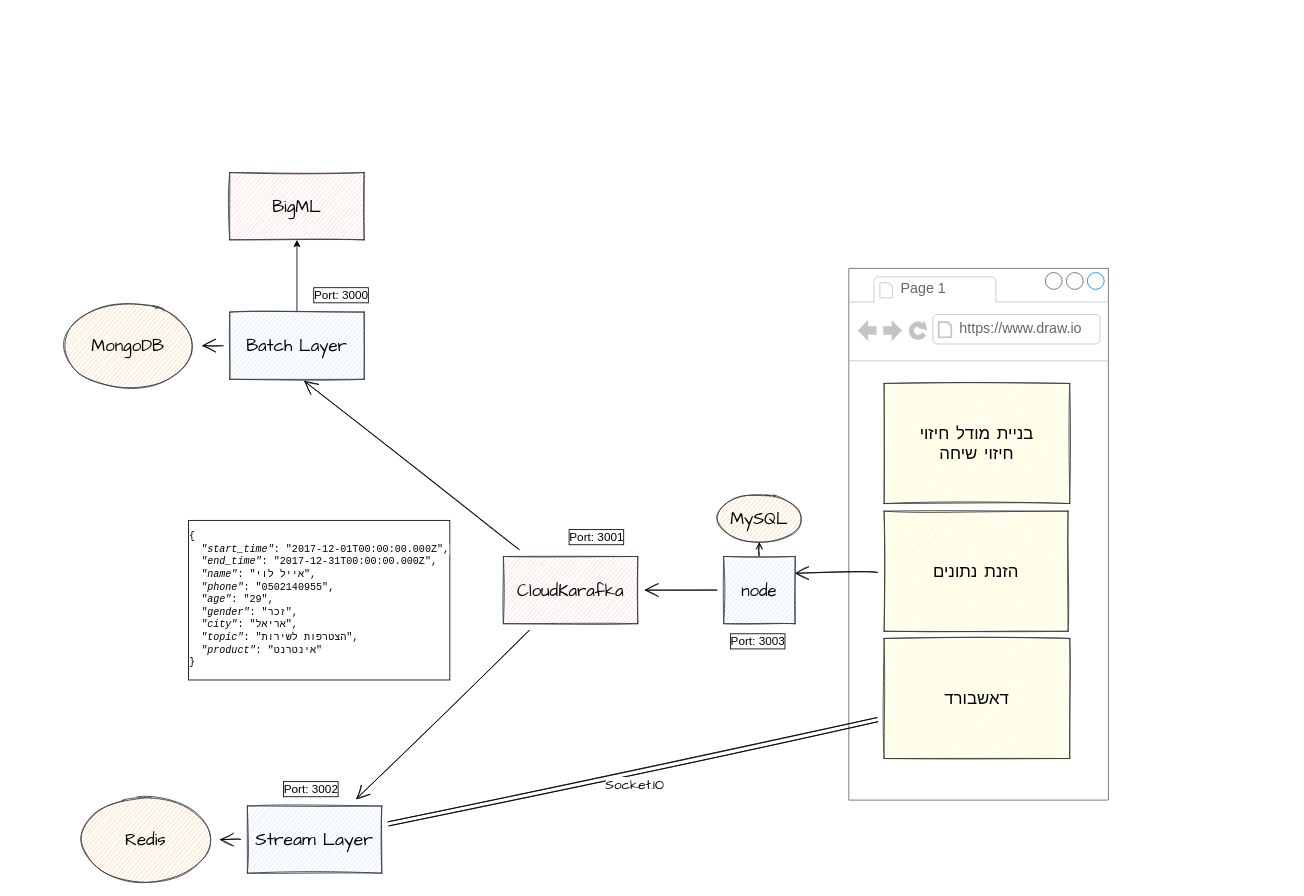
LeviEyal/Big-Data-Project keeps this draw.io diagram as page "ארכיטקטורת מערכת" (1 of 4) of design.drawio. Above is the earlier version. Source tidied: cells renumbered, new cells numbered last; positions are measured from the earlier drawing's top-left corner, leaving out a move shared by most shapes. Both pictures are drawn from the tidied source at 84%, with x=0, y=0 at pixel (60, 172).
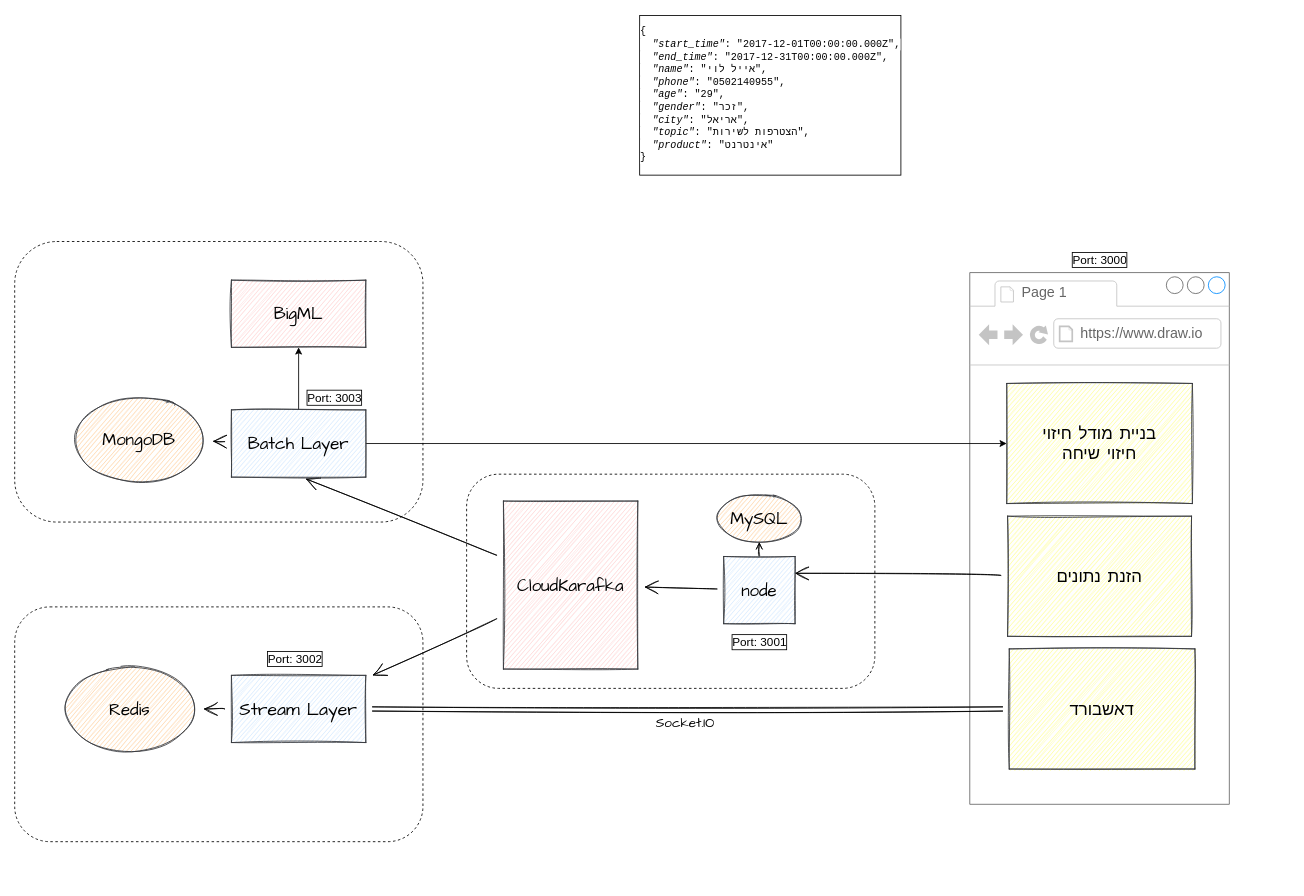
The same diagram, later.

The edit, as a diff of the source:
```diff
@@
+    <mxCell id="30" style="rounded=1;whiteSpace=wrap;html=1;dashed=1;fillColor=none;" parent="1" vertex="1">
+      <mxGeometry x="-55" y="82" width="486" height="334" as="geometry" />
+    </mxCell>
+    <mxCell id="31" style="rounded=1;whiteSpace=wrap;html=1;dashed=1;fillColor=none;" parent="1" vertex="1">
+      <mxGeometry x="483" y="359" width="486" height="255" as="geometry" />
+    </mxCell>
     <mxCell id="2" style="strokeWidth=1;shadow=0;dashed=0;align=center;html=1;shape=mxgraph.mockup.containers.browserWindow;rSize=0;strokeColor=#666666;strokeColor2=#008cff;strokeColor3=#c4c4c4;mainText=,;sketch=0;fontSize=28;" parent="1" vertex="1">
-      <mxGeometry x="938" y="114" width="309" height="633" as="geometry" />
+      <mxGeometry x="1082" y="119" width="309" height="633" as="geometry" />
     </mxCell>
@@
+    <mxCell id="7" value="דאשבורד" style="rounded=0;whiteSpace=wrap;html=1;sketch=1;hachureGap=4;fontFamily=Architects Daughter;fontSize=20;fillColor=#ffff88;strokeColor=#36393d;" parent="2" vertex="1">
+      <mxGeometry x="47" y="448" width="221" height="143" as="geometry" />
+    </mxCell>
+    <mxCell id="23" value="בניית מודל חיזוי&lt;br&gt;חיזוי שיחה" style="rounded=0;whiteSpace=wrap;html=1;sketch=1;hachureGap=4;fontFamily=Architects Daughter;fontSize=20;fillColor=#ffff88;strokeColor=#36393d;" parent="2" vertex="1">
+      <mxGeometry x="44" y="132" width="221" height="143" as="geometry" />
+    </mxCell>
+    <mxCell id="6" value="הזנת נתונים" style="rounded=0;whiteSpace=wrap;html=1;sketch=1;hachureGap=4;fontFamily=Architects Daughter;fontSize=20;fillColor=#ffff88;strokeColor=#36393d;" parent="2" vertex="1">
+      <mxGeometry x="45" y="290" width="219" height="143" as="geometry" />
+    </mxCell>
@@
-    <mxCell id="6" value="הזנת נתונים" style="rounded=0;whiteSpace=wrap;html=1;sketch=1;hachureGap=4;fontFamily=Architects Daughter;fontSize=20;fillColor=#ffff88;strokeColor=#36393d;" parent="1" vertex="1">
-      <mxGeometry x="980" y="403" width="219" height="143" as="geometry" />
-    </mxCell>
-    <mxCell id="7" value="דאשבורד" style="rounded=0;whiteSpace=wrap;html=1;sketch=1;hachureGap=4;fontFamily=Architects Daughter;fontSize=20;fillColor=#ffff88;strokeColor=#36393d;" parent="1" vertex="1">
-      <mxGeometry x="980" y="554.5" width="221" height="143" as="geometry" />
-    </mxCell>
@@
     <mxCell id="10" value="CloudKarafka" style="rounded=0;whiteSpace=wrap;html=1;sketch=1;hachureGap=4;fontFamily=Architects Daughter;fontSize=20;fillColor=#ffcccc;strokeColor=#36393d;" parent="1" vertex="1">
-      <mxGeometry x="526.8" y="457" width="160" height="80" as="geometry" />
+      <mxGeometry x="526.8" y="391" width="160" height="200" as="geometry" />
     </mxCell>
@@
     <mxCell id="13" value="Stream Layer" style="rounded=0;whiteSpace=wrap;html=1;sketch=1;hachureGap=4;fontFamily=Architects Daughter;fontSize=21;fillColor=#cce5ff;strokeColor=#36393d;" parent="1" vertex="1">
-      <mxGeometry x="222" y="754" width="160" height="80" as="geometry" />
+      <mxGeometry x="203" y="598.5" width="160" height="80" as="geometry" />
     </mxCell>
@@
     <mxCell id="17" value="Redis" style="ellipse;whiteSpace=wrap;html=1;sketch=1;hachureGap=4;fontFamily=Architects Daughter;fontSize=20;fillColor=#ffcc99;strokeColor=#36393d;" parent="1" vertex="1">
-      <mxGeometry x="21" y="744" width="160" height="100" as="geometry" />
+      <mxGeometry x="2" y="588.5" width="160" height="100" as="geometry" />
     </mxCell>
@@
+    <mxCell id="32" style="edgeStyle=none;html=1;exitX=1;exitY=0.5;exitDx=0;exitDy=0;entryX=0;entryY=0.5;entryDx=0;entryDy=0;" parent="1" edge="1" source="20" target="23">
+      <mxGeometry relative="1" as="geometry" />
+    </mxCell>
     <mxCell id="20" value="Batch Layer" style="rounded=0;whiteSpace=wrap;html=1;sketch=1;hachureGap=4;fontFamily=Architects Daughter;fontSize=20;fillColor=#cce5ff;strokeColor=#36393d;" parent="1" vertex="1">
-      <mxGeometry x="201" y="166" width="160" height="80" as="geometry" />
+      <mxGeometry x="203" y="282.5" width="160" height="80" as="geometry" />
     </mxCell>
     <mxCell id="21" value="MongoDB" style="ellipse;whiteSpace=wrap;html=1;sketch=1;hachureGap=4;fontFamily=Architects Daughter;fontSize=20;fillColor=#ffcc99;strokeColor=#36393d;" parent="1" vertex="1">
-      <mxGeometry y="156" width="160" height="100" as="geometry" />
+      <mxGeometry x="13" y="268" width="160" height="100" as="geometry" />
     </mxCell>
@@
-    <mxCell id="23" value="בניית מודל חיזוי&lt;br&gt;חיזוי שיחה" style="rounded=0;whiteSpace=wrap;html=1;sketch=1;hachureGap=4;fontFamily=Architects Daughter;fontSize=20;fillColor=#ffff88;strokeColor=#36393d;" parent="1" vertex="1">
-      <mxGeometry x="980" y="251" width="221" height="143" as="geometry" />
-    </mxCell>
     <mxCell id="24" value="BigML" style="rounded=0;whiteSpace=wrap;html=1;sketch=1;hachureGap=4;fontFamily=Architects Daughter;fontSize=20;fillColor=#ffcccc;strokeColor=#36393d;" parent="1" vertex="1">
-      <mxGeometry x="201" width="160" height="80" as="geometry" />
+      <mxGeometry x="203" y="128" width="160" height="80" as="geometry" />
     </mxCell>
     <mxCell id="25" value="&lt;div style=&quot;font-family: consolas, &amp;quot;courier new&amp;quot;, monospace; line-height: 23px; font-size: 12px;&quot;&gt;&lt;pre style=&quot;line-height: 1.25; font-size: 12px;&quot;&gt;&lt;span style=&quot;background-color: rgb(255, 255, 255); font-size: 12px;&quot;&gt;{&lt;br style=&quot;font-size: 12px;&quot;&gt;&lt;/span&gt;&lt;span style=&quot;background-color: rgb(255, 255, 255); font-size: 12px;&quot;&gt;&amp;nbsp; &lt;span style=&quot;font-style: italic; font-size: 12px;&quot;&gt;&quot;start_time&quot;&lt;/span&gt;: &quot;2017-12-01T00:00:00.000Z&quot;,&lt;br style=&quot;font-size: 12px;&quot;&gt;&lt;/span&gt;&lt;span style=&quot;background-color: rgb(255, 255, 255); font-size: 12px;&quot;&gt;&amp;nbsp; &lt;span style=&quot;font-style: italic; font-size: 12px;&quot;&gt;&quot;end_time&quot;&lt;/span&gt;: &quot;2017-12-31T00:00:00.000Z&quot;,&lt;br style=&quot;font-size: 12px;&quot;&gt;&lt;/span&gt;&lt;span style=&quot;background-color: rgb(255, 255, 255); font-size: 12px;&quot;&gt;&amp;nbsp; &lt;span style=&quot;font-style: italic; font-size: 12px;&quot;&gt;&quot;name&quot;&lt;/span&gt;: &quot;אייל לוי&quot;,&lt;br style=&quot;font-size: 12px;&quot;&gt;&lt;/span&gt;&lt;span style=&quot;background-color: rgb(255, 255, 255); font-size: 12px;&quot;&gt;&amp;nbsp; &lt;span style=&quot;font-style: italic; font-size: 12px;&quot;&gt;&quot;phone&quot;&lt;/span&gt;: &quot;0502140955&quot;,&lt;br style=&quot;font-size: 12px;&quot;&gt;&lt;/span&gt;&lt;span style=&quot;background-color: rgb(255, 255, 255); font-size: 12px;&quot;&gt;&amp;nbsp; &lt;span style=&quot;font-style: italic; font-size: 12px;&quot;&gt;&quot;age&quot;&lt;/span&gt;: &quot;29&quot;,&lt;br style=&quot;font-size: 12px;&quot;&gt;&lt;/span&gt;&lt;span style=&quot;background-color: rgb(255, 255, 255); font-size: 12px;&quot;&gt;&amp;nbsp; &lt;span style=&quot;font-style: italic; font-size: 12px;&quot;&gt;&quot;gender&quot;&lt;/span&gt;: &quot;זכר&quot;,&lt;br style=&quot;font-size: 12px;&quot;&gt;&lt;/span&gt;&lt;span style=&quot;background-color: rgb(255, 255, 255); font-size: 12px;&quot;&gt;&amp;nbsp; &lt;span style=&quot;font-style: italic; font-size: 12px;&quot;&gt;&quot;city&quot;&lt;/span&gt;: &quot;אריאל&quot;,&lt;br style=&quot;font-size: 12px;&quot;&gt;&lt;/span&gt;&lt;span style=&quot;background-color: rgb(255, 255, 255); font-size: 12px;&quot;&gt;&amp;nbsp; &lt;span style=&quot;font-style: italic; font-size: 12px;&quot;&gt;&quot;topic&quot;&lt;/span&gt;: &quot;הצטרפות לשירות&quot;,&lt;br style=&quot;font-size: 12px;&quot;&gt;&lt;/span&gt;&lt;span style=&quot;background-color: rgb(255, 255, 255); font-size: 12px;&quot;&gt;&amp;nbsp; &lt;span style=&quot;font-style: italic; font-size: 12px;&quot;&gt;&quot;product&quot;&lt;/span&gt;: &quot;אינטרנט&quot;&lt;br style=&quot;font-size: 12px;&quot;&gt;&lt;/span&gt;&lt;span style=&quot;background-color: rgb(255, 255, 255); font-size: 12px;&quot;&gt;}&lt;/span&gt;&lt;/pre&gt;&lt;/div&gt;" style="text;html=1;strokeColor=none;fillColor=none;align=left;verticalAlign=middle;whiteSpace=wrap;rounded=0;fontSize=12;labelBorderColor=default;" parent="1" vertex="1">
-      <mxGeometry x="150" y="416" width="330" height="185" as="geometry" />
+      <mxGeometry x="686.8" y="-185" width="330" height="185" as="geometry" />
     </mxCell>
     <mxCell id="26" value="Port: 3002" style="text;html=1;strokeColor=none;fillColor=none;align=center;verticalAlign=middle;whiteSpace=wrap;rounded=0;labelBackgroundColor=#FFFFFF;labelBorderColor=default;fontSize=14;fontColor=#000000;" parent="1" vertex="1">
-      <mxGeometry x="254" y="719" width="88" height="30" as="geometry" />
+      <mxGeometry x="235" y="563.5" width="88" height="30" as="geometry" />
     </mxCell>
     <mxCell id="27" value="Port: 3000" style="text;html=1;strokeColor=none;fillColor=none;align=center;verticalAlign=middle;whiteSpace=wrap;rounded=0;labelBackgroundColor=#FFFFFF;labelBorderColor=default;fontSize=14;fontColor=#000000;" parent="1" vertex="1">
-      <mxGeometry x="290" y="131" width="88" height="30" as="geometry" />
+      <mxGeometry x="1192.5" y="89" width="88" height="30" as="geometry" />
     </mxCell>
     <mxCell id="28" value="Port: 3001" style="text;html=1;strokeColor=none;fillColor=none;align=center;verticalAlign=middle;whiteSpace=wrap;rounded=0;labelBackgroundColor=#FFFFFF;labelBorderColor=default;fontSize=14;fontColor=#000000;" parent="1" vertex="1">
-      <mxGeometry x="594" y="419" width="88" height="30" as="geometry" />
+      <mxGeometry x="787.5" y="544" width="88" height="30" as="geometry" />
     </mxCell>
     <mxCell id="29" value="Port: 3003" style="text;html=1;strokeColor=none;fillColor=none;align=center;verticalAlign=middle;whiteSpace=wrap;rounded=0;labelBackgroundColor=#FFFFFF;labelBorderColor=default;fontSize=14;fontColor=#000000;" parent="1" vertex="1">
-      <mxGeometry x="786" y="543" width="88" height="30" as="geometry" />
+      <mxGeometry x="282" y="252.5" width="88" height="30" as="geometry" />
     </mxCell>
+    <mxCell id="33" style="rounded=1;whiteSpace=wrap;html=1;dashed=1;fillColor=none;" parent="1" vertex="1">
+      <mxGeometry x="-55" y="517" width="486" height="279.5" as="geometry" />
+    </mxCell>
```
